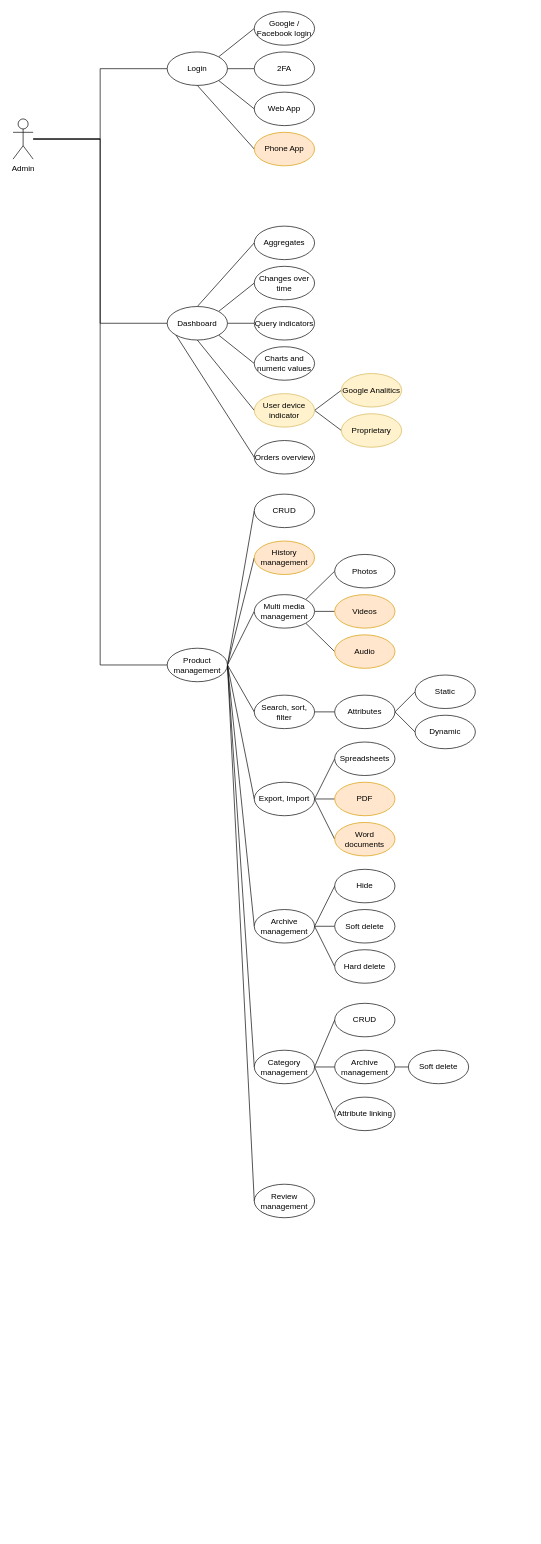
The draw.io diagram architecture/UseCases.drawio in average-js-enjoyers/average-js-webshop, before the edit. Source tidied: cells renumbered, new cells numbered last; positions are measured from the earlier drawing's top-left corner, leaving out a move shared by most shapes. Both pictures are drawn from the tidied source at 67%, with x=0, y=0 at pixel (13, 11).
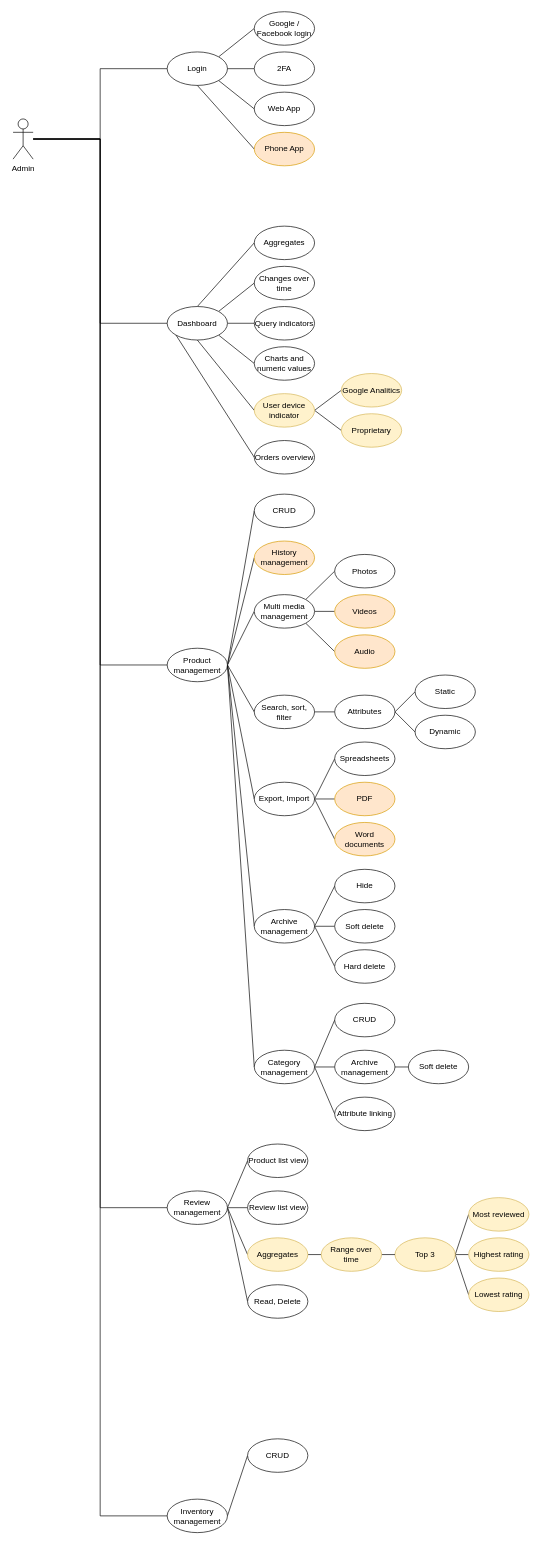
After the change.

Commit message:
Review management use case

Unchanged cells that the change refers to:
```xml
<mxCell id="5" value="Admin" style="shape=umlActor;verticalLabelPosition=bottom;verticalAlign=top;html=1;outlineConnect=0;" parent="1" vertex="1">
  <mxGeometry y="160" width="30" height="60" as="geometry" />
</mxCell>
<mxCell id="31" value="Product management" style="ellipse;whiteSpace=wrap;html=1;" parent="1" vertex="1">
  <mxGeometry x="230" y="950" width="90" height="50" as="geometry" />
</mxCell>
```

What changed in the source:
```diff
@@
+    <mxCell id="81" style="edgeStyle=orthogonalEdgeStyle;shape=connector;rounded=0;jettySize=auto;html=1;entryX=0;entryY=0.5;entryDx=0;entryDy=0;labelBackgroundColor=default;strokeColor=default;align=center;verticalAlign=middle;fontFamily=Helvetica;fontSize=11;fontColor=default;endArrow=none;endFill=0;" parent="1" edge="1" source="5" target="80">
+      <mxGeometry relative="1" as="geometry" />
+    </mxCell>
+    <mxCell id="82" style="edgeStyle=orthogonalEdgeStyle;shape=connector;rounded=0;jettySize=auto;html=1;entryX=0;entryY=0.5;entryDx=0;entryDy=0;labelBackgroundColor=default;strokeColor=default;align=center;verticalAlign=middle;fontFamily=Helvetica;fontSize=11;fontColor=default;endArrow=none;endFill=0;" parent="1" edge="1" source="5" target="101">
+      <mxGeometry relative="1" as="geometry" />
+    </mxCell>
@@
-    <mxCell id="30" style="edgeStyle=none;shape=connector;rounded=0;jettySize=auto;html=1;exitX=1;exitY=0.5;exitDx=0;exitDy=0;entryX=0;entryY=0.5;entryDx=0;entryDy=0;labelBackgroundColor=default;strokeColor=default;align=center;verticalAlign=middle;fontFamily=Helvetica;fontSize=11;fontColor=default;endArrow=none;endFill=0;" parent="1" edge="1" source="31" target="80">
-      <mxGeometry relative="1" as="geometry" />
-    </mxCell>
@@
+    <mxCell id="83" style="edgeStyle=none;shape=connector;rounded=0;jettySize=auto;html=1;exitX=1;exitY=0.5;exitDx=0;exitDy=0;entryX=0;entryY=0.5;entryDx=0;entryDy=0;labelBackgroundColor=default;strokeColor=default;align=center;verticalAlign=middle;fontFamily=Helvetica;fontSize=11;fontColor=default;endArrow=none;endFill=0;" parent="1" edge="1" source="80" target="87">
+      <mxGeometry relative="1" as="geometry" />
+    </mxCell>
+    <mxCell id="84" style="edgeStyle=none;shape=connector;rounded=0;jettySize=auto;html=1;exitX=1;exitY=0.5;exitDx=0;exitDy=0;entryX=0;entryY=0.5;entryDx=0;entryDy=0;labelBackgroundColor=default;strokeColor=default;align=center;verticalAlign=middle;fontFamily=Helvetica;fontSize=11;fontColor=default;endArrow=none;endFill=0;" parent="1" edge="1" source="80" target="88">
+      <mxGeometry relative="1" as="geometry" />
+    </mxCell>
+    <mxCell id="85" style="edgeStyle=none;shape=connector;rounded=0;jettySize=auto;html=1;exitX=1;exitY=0.5;exitDx=0;exitDy=0;entryX=0;entryY=0.5;entryDx=0;entryDy=0;labelBackgroundColor=default;strokeColor=default;align=center;verticalAlign=middle;fontFamily=Helvetica;fontSize=11;fontColor=default;endArrow=none;endFill=0;" parent="1" edge="1" source="80" target="90">
+      <mxGeometry relative="1" as="geometry" />
+    </mxCell>
+    <mxCell id="86" style="edgeStyle=none;shape=connector;rounded=0;jettySize=auto;html=1;exitX=1;exitY=0.5;exitDx=0;exitDy=0;entryX=0;entryY=0.5;entryDx=0;entryDy=0;labelBackgroundColor=default;strokeColor=default;align=center;verticalAlign=middle;fontFamily=Helvetica;fontSize=11;fontColor=default;endArrow=none;endFill=0;" parent="1" edge="1" source="80" target="103">
+      <mxGeometry relative="1" as="geometry" />
+    </mxCell>
     <mxCell id="80" value="Review management" style="ellipse;whiteSpace=wrap;html=1;" parent="1" vertex="1">
-      <mxGeometry x="360" y="1750" width="90" height="50" as="geometry" />
+      <mxGeometry x="230" y="1760" width="90" height="50" as="geometry" />
     </mxCell>
+    <mxCell id="87" value="Product list view" style="ellipse;whiteSpace=wrap;html=1;" parent="1" vertex="1">
+      <mxGeometry x="350" y="1690" width="90" height="50" as="geometry" />
+    </mxCell>
+    <mxCell id="88" value="Review list view" style="ellipse;whiteSpace=wrap;html=1;" parent="1" vertex="1">
+      <mxGeometry x="350" y="1760" width="90" height="50" as="geometry" />
+    </mxCell>
+    <mxCell id="89" style="edgeStyle=none;shape=connector;rounded=0;jettySize=auto;html=1;exitX=1;exitY=0.5;exitDx=0;exitDy=0;entryX=0;entryY=0.5;entryDx=0;entryDy=0;labelBackgroundColor=default;strokeColor=default;align=center;verticalAlign=middle;fontFamily=Helvetica;fontSize=11;fontColor=default;endArrow=none;endFill=0;" parent="1" edge="1" source="90" target="99">
+      <mxGeometry relative="1" as="geometry" />
+    </mxCell>
+    <mxCell id="90" value="Aggregates" style="ellipse;whiteSpace=wrap;html=1;fillColor=#fff2cc;strokeColor=#d6b656;" parent="1" vertex="1">
+      <mxGeometry x="350" y="1830" width="90" height="50" as="geometry" />
+    </mxCell>
+    <mxCell id="91" style="edgeStyle=none;shape=connector;rounded=0;jettySize=auto;html=1;exitX=1;exitY=0.5;exitDx=0;exitDy=0;entryX=0;entryY=0.5;entryDx=0;entryDy=0;labelBackgroundColor=default;strokeColor=default;align=center;verticalAlign=middle;fontFamily=Helvetica;fontSize=11;fontColor=default;endArrow=none;endFill=0;" parent="1" edge="1" source="94" target="95">
+      <mxGeometry relative="1" as="geometry" />
+    </mxCell>
+    <mxCell id="92" style="edgeStyle=none;shape=connector;rounded=0;jettySize=auto;html=1;exitX=1;exitY=0.5;exitDx=0;exitDy=0;entryX=0;entryY=0.5;entryDx=0;entryDy=0;labelBackgroundColor=default;strokeColor=default;align=center;verticalAlign=middle;fontFamily=Helvetica;fontSize=11;fontColor=default;endArrow=none;endFill=0;" parent="1" edge="1" source="94" target="96">
+      <mxGeometry relative="1" as="geometry" />
+    </mxCell>
+    <mxCell id="93" style="edgeStyle=none;shape=connector;rounded=0;jettySize=auto;html=1;exitX=1;exitY=0.5;exitDx=0;exitDy=0;entryX=0;entryY=0.5;entryDx=0;entryDy=0;labelBackgroundColor=default;strokeColor=default;align=center;verticalAlign=middle;fontFamily=Helvetica;fontSize=11;fontColor=default;endArrow=none;endFill=0;" parent="1" edge="1" source="94" target="97">
+      <mxGeometry relative="1" as="geometry" />
+    </mxCell>
+    <mxCell id="94" value="Top 3" style="ellipse;whiteSpace=wrap;html=1;fillColor=#fff2cc;strokeColor=#d6b656;" parent="1" vertex="1">
+      <mxGeometry x="570" y="1830" width="90" height="50" as="geometry" />
+    </mxCell>
+    <mxCell id="95" value="Most reviewed" style="ellipse;whiteSpace=wrap;html=1;fillColor=#fff2cc;strokeColor=#d6b656;" parent="1" vertex="1">
+      <mxGeometry x="680" y="1770" width="90" height="50" as="geometry" />
+    </mxCell>
+    <mxCell id="96" value="Highest rating" style="ellipse;whiteSpace=wrap;html=1;fillColor=#fff2cc;strokeColor=#d6b656;" parent="1" vertex="1">
+      <mxGeometry x="680" y="1830" width="90" height="50" as="geometry" />
+    </mxCell>
+    <mxCell id="97" value="Lowest rating" style="ellipse;whiteSpace=wrap;html=1;fillColor=#fff2cc;strokeColor=#d6b656;" parent="1" vertex="1">
+      <mxGeometry x="680" y="1890" width="90" height="50" as="geometry" />
+    </mxCell>
+    <mxCell id="98" style="edgeStyle=none;shape=connector;rounded=0;jettySize=auto;html=1;exitX=1;exitY=0.5;exitDx=0;exitDy=0;entryX=0;entryY=0.5;entryDx=0;entryDy=0;labelBackgroundColor=default;strokeColor=default;align=center;verticalAlign=middle;fontFamily=Helvetica;fontSize=11;fontColor=default;endArrow=none;endFill=0;" parent="1" edge="1" source="99" target="94">
+      <mxGeometry relative="1" as="geometry" />
+    </mxCell>
+    <mxCell id="99" value="Range over time" style="ellipse;whiteSpace=wrap;html=1;fillColor=#fff2cc;strokeColor=#d6b656;" parent="1" vertex="1">
+      <mxGeometry x="460" y="1830" width="90" height="50" as="geometry" />
+    </mxCell>
+    <mxCell id="100" style="edgeStyle=none;shape=connector;rounded=0;jettySize=auto;html=1;exitX=1;exitY=0.5;exitDx=0;exitDy=0;entryX=0;entryY=0.5;entryDx=0;entryDy=0;labelBackgroundColor=default;strokeColor=default;align=center;verticalAlign=middle;fontFamily=Helvetica;fontSize=11;fontColor=default;endArrow=none;endFill=0;" parent="1" edge="1" source="101" target="102">
+      <mxGeometry relative="1" as="geometry" />
+    </mxCell>
+    <mxCell id="101" value="Inventory management" style="ellipse;whiteSpace=wrap;html=1;" parent="1" vertex="1">
+      <mxGeometry x="230" y="2220" width="90" height="50" as="geometry" />
+    </mxCell>
+    <mxCell id="102" value="CRUD" style="ellipse;whiteSpace=wrap;html=1;" parent="1" vertex="1">
+      <mxGeometry x="350" y="2130" width="90" height="50" as="geometry" />
+    </mxCell>
+    <mxCell id="103" value="Read, Delete" style="ellipse;whiteSpace=wrap;html=1;" parent="1" vertex="1">
+      <mxGeometry x="350" y="1900" width="90" height="50" as="geometry" />
+    </mxCell>
```
